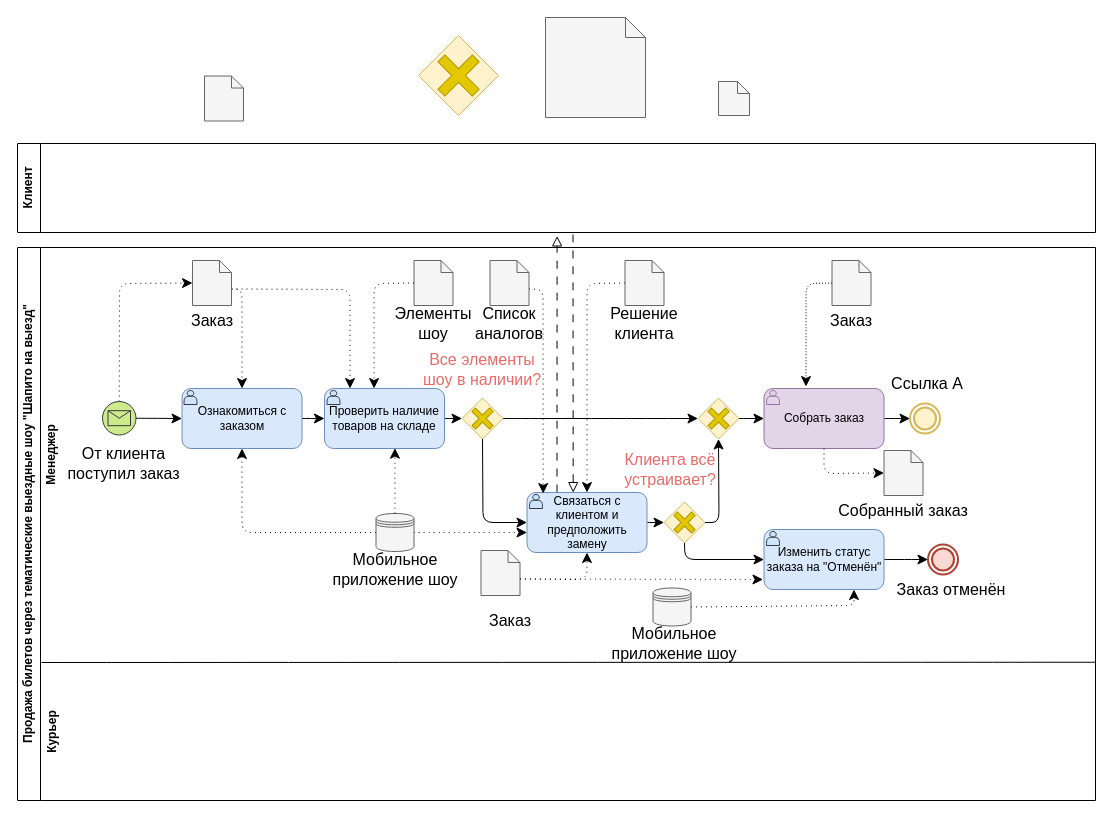
Before: page "Page-1" (1 of 2) of Pbd1.drawio in Helpmepleaseitishard/database-design-4-semester, a draw.io diagram. Source tidied: cells renumbered, new cells numbered last; positions are measured from the earlier drawing's top-left corner, leaving out a move shared by most shapes. Both pictures are drawn from the tidied source at 100%, with x=0, y=0 at pixel (-156, 17).
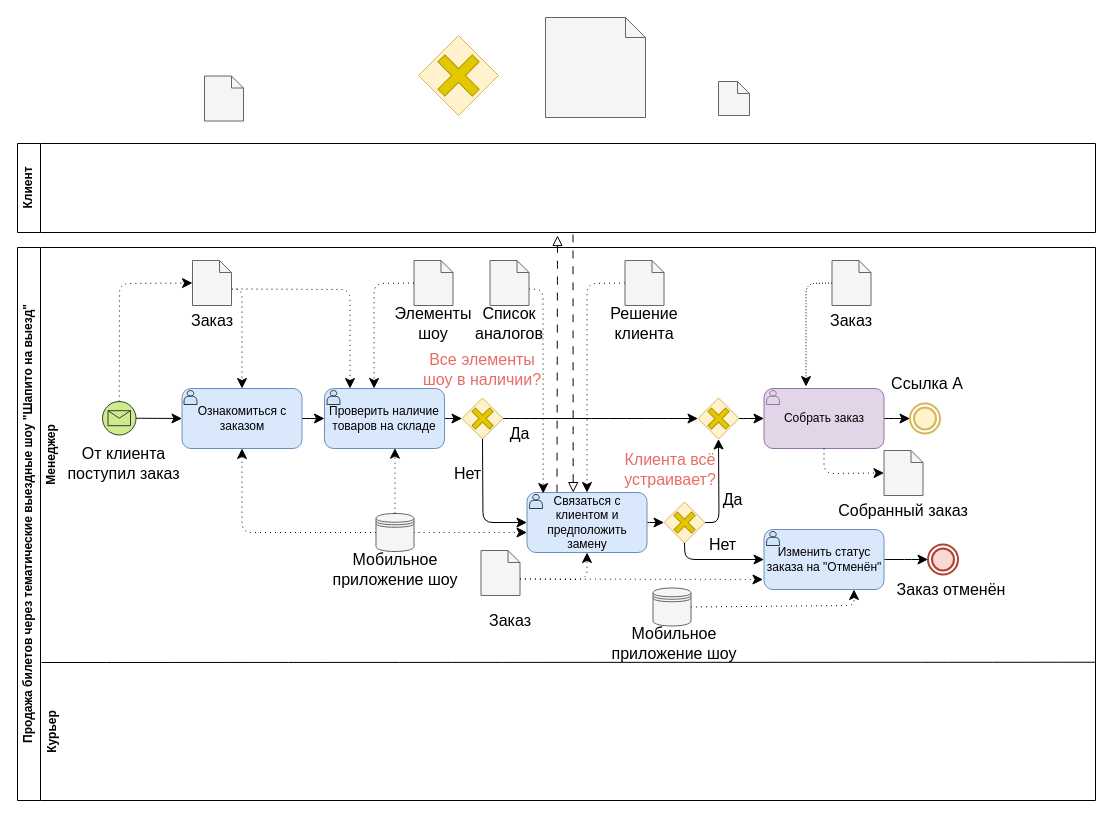
After the change.

Unchanged cells that the change refers to:
```xml
<mxCell id="7" value="Продажа билетов через тематические выездные шоу &quot;Шапито на выезд&quot;" style="swimlane;horizontal=0;whiteSpace=wrap;html=1;" parent="6" vertex="1">
  <mxGeometry y="104" width="1078" height="553" as="geometry" />
</mxCell>
<mxCell id="18" value="Связаться с клиентом и предположить замену" style="rounded=1;whiteSpace=wrap;html=1;fillColor=#dae8fc;strokeColor=#6c8ebf;" parent="7" vertex="1">
  <mxGeometry x="509.5" y="245" width="120" height="60" as="geometry" />
</mxCell>
```

Change to the diagram source:
```diff
@@
     <mxCell id="17" style="edgeStyle=none;curved=1;rounded=0;jettySize=auto;html=1;exitX=0.25;exitY=0;exitDx=0;exitDy=0;fontSize=12;startSize=8;endSize=8;endArrow=block;endFill=0;dashed=1;dashPattern=8 8;" parent="7" edge="1" source="18">
       <mxGeometry relative="1" as="geometry">
-        <mxPoint x="539.6" y="-11.6" as="targetPoint" />
+        <mxPoint x="540" y="-12" as="targetPoint" />
       </mxGeometry>
     </mxCell>
@@
+    <mxCell id="87" value="Да" style="text;strokeColor=none;fillColor=none;html=1;align=center;verticalAlign=middle;whiteSpace=wrap;rounded=0;fontSize=16;" parent="7" vertex="1">
+      <mxGeometry x="700.5" y="237" width="28.5" height="30" as="geometry" />
+    </mxCell>
+    <mxCell id="88" value="Да" style="text;strokeColor=none;fillColor=none;html=1;align=center;verticalAlign=middle;whiteSpace=wrap;rounded=0;fontSize=16;" parent="7" vertex="1">
+      <mxGeometry x="488" y="171" width="28.5" height="30" as="geometry" />
+    </mxCell>
+    <mxCell id="89" value="Нет" style="text;strokeColor=none;fillColor=none;html=1;align=center;verticalAlign=middle;whiteSpace=wrap;rounded=0;fontSize=16;" parent="7" vertex="1">
+      <mxGeometry x="435.5" y="210.5" width="28.5" height="30" as="geometry" />
+    </mxCell>
+    <mxCell id="90" value="Нет" style="text;strokeColor=none;fillColor=none;html=1;align=center;verticalAlign=middle;whiteSpace=wrap;rounded=0;fontSize=16;" parent="7" vertex="1">
+      <mxGeometry x="691" y="282" width="28.5" height="30" as="geometry" />
+    </mxCell>
```
